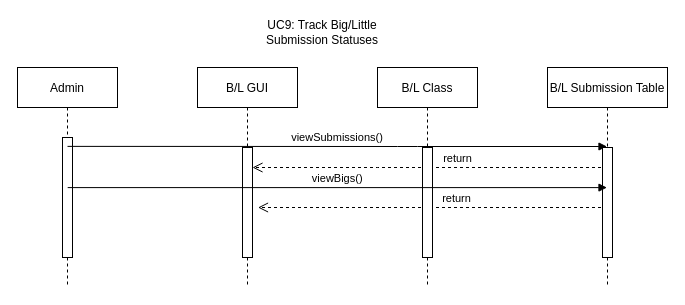
Above: Iteration 1 UC9 SQD.drawio in aarison/cpsc430 (draw.io), before the change. Source tidied: cells renumbered, new cells numbered last; positions are measured from the earlier drawing's top-left corner, leaving out a move shared by most shapes. Both pictures are drawn from the tidied source at 100%, with x=0, y=0 at pixel (17, 17).
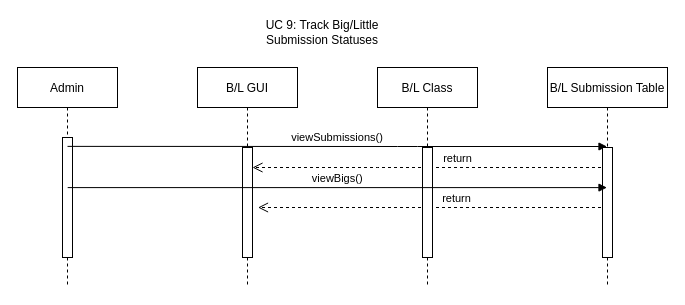
The same diagram, later.

The edit, as a diff of the source:
```diff
@@
 <mxGraphModel>
   <root>
     <mxCell id="0" />
     <mxCell id="1" parent="0" />
     <mxCell id="2" value="Admin" style="shape=umlLifeline;perimeter=lifelinePerimeter;rounded=0;shadow=0;strokeWidth=1;" parent="1" vertex="1">
       <mxGeometry y="50" width="100" height="220" as="geometry" />
     </mxCell>
     <mxCell id="3" style="points=[];perimeter=orthogonalPerimeter;rounded=0;shadow=0;strokeWidth=1;" parent="2" vertex="1">
       <mxGeometry x="45" y="70" width="10" height="120" as="geometry" />
     </mxCell>
     <mxCell id="4" value="B/L GUI" style="shape=umlLifeline;perimeter=lifelinePerimeter;rounded=0;shadow=0;strokeWidth=1;" parent="1" vertex="1">
       <mxGeometry x="180" y="50" width="100" height="220" as="geometry" />
     </mxCell>
     <mxCell id="5" style="points=[];perimeter=orthogonalPerimeter;rounded=0;shadow=0;strokeWidth=1;" parent="4" vertex="1">
       <mxGeometry x="45" y="80" width="10" height="110" as="geometry" />
     </mxCell>
     <mxCell id="6" value="return" style="verticalAlign=bottom;endArrow=open;dashed=1;endSize=8;shadow=0;strokeWidth=1;" parent="4" edge="1" source="12">
       <mxGeometry x="-0.14" relative="1" as="geometry">
         <mxPoint x="60.5" y="140" as="targetPoint" />
         <Array as="points">
           <mxPoint x="175.5" y="140" />
         </Array>
       </mxGeometry>
     </mxCell>
     <mxCell id="7" value="viewSubmissions()" style="verticalAlign=bottom;endArrow=block;shadow=0;strokeWidth=1;exitX=0.5;exitY=0.074;exitDx=0;exitDy=0;exitPerimeter=0;" parent="1" edge="1" source="3" target="12">
       <mxGeometry relative="1" as="geometry">
         <Array as="points">
           <mxPoint x="390" y="129" />
         </Array>
       </mxGeometry>
     </mxCell>
     <mxCell id="8" value="return" style="verticalAlign=bottom;endArrow=open;dashed=1;endSize=8;shadow=0;strokeWidth=1;" parent="1" edge="1" source="12" target="5">
       <mxGeometry x="-0.16" relative="1" as="geometry">
         <Array as="points">
           <mxPoint x="350" y="150" />
         </Array>
       </mxGeometry>
     </mxCell>
-    <mxCell id="9" value="UC9: Track Big/Little Submission Statuses" style="text;strokeColor=none;fillColor=none;html=1;align=center;verticalAlign=middle;whiteSpace=wrap;rounded=0;hachureGap=4;" parent="1" vertex="1">
+    <mxCell id="9" value="UC 9: Track Big/Little Submission Statuses" style="text;strokeColor=none;fillColor=none;html=1;align=center;verticalAlign=middle;whiteSpace=wrap;rounded=0;hachureGap=4;" parent="1" vertex="1">
       <mxGeometry x="235" width="140" height="30" as="geometry" />
     </mxCell>
     <mxCell id="10" value="B/L Class" style="shape=umlLifeline;perimeter=lifelinePerimeter;rounded=0;shadow=0;strokeWidth=1;" parent="1" vertex="1">
       <mxGeometry x="360" y="50" width="100" height="220" as="geometry" />
     </mxCell>
     <mxCell id="11" style="perimeter=orthogonalPerimeter;rounded=0;shadow=0;strokeWidth=1;" parent="10" vertex="1">
       <mxGeometry x="45" y="80" width="10" height="110" as="geometry" />
     </mxCell>
     <mxCell id="12" value="B/L Submission Table" style="shape=umlLifeline;perimeter=lifelinePerimeter;rounded=0;shadow=0;strokeWidth=1;" parent="1" vertex="1">
       <mxGeometry x="530" y="50" width="120" height="220" as="geometry" />
     </mxCell>
     <mxCell id="13" style="perimeter=orthogonalPerimeter;rounded=0;shadow=0;strokeWidth=1;" parent="12" vertex="1">
       <mxGeometry x="55" y="80" width="10" height="110" as="geometry" />
     </mxCell>
     <mxCell id="14" value="viewBigs()" style="verticalAlign=bottom;endArrow=block;shadow=0;strokeWidth=1;exitX=0.5;exitY=0.074;exitDx=0;exitDy=0;exitPerimeter=0;" parent="1" edge="1" target="12">
       <mxGeometry relative="1" as="geometry">
         <mxPoint x="50.2" y="170.1" as="sourcePoint" />
       </mxGeometry>
     </mxCell>
   </root>
 </mxGraphModel>
```
